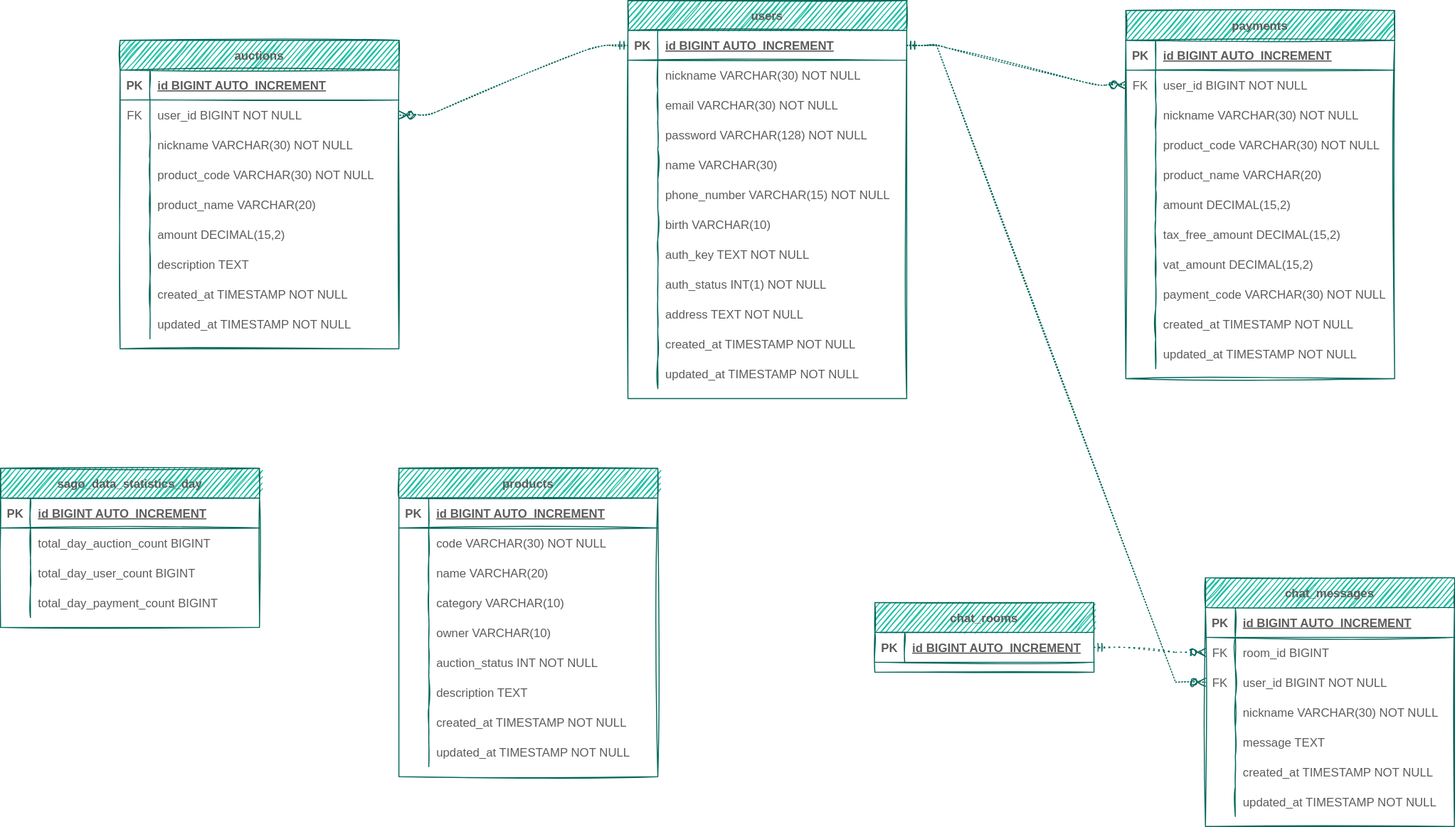
AnneMayor/TestRepository keeps this draw.io diagram as sago_database_schema.drawio.svg. Above is the earlier version. Source tidied: cells renumbered, new cells last; positions are measured from the earlier drawing's top-left corner, leaving out a move shared by most shapes.
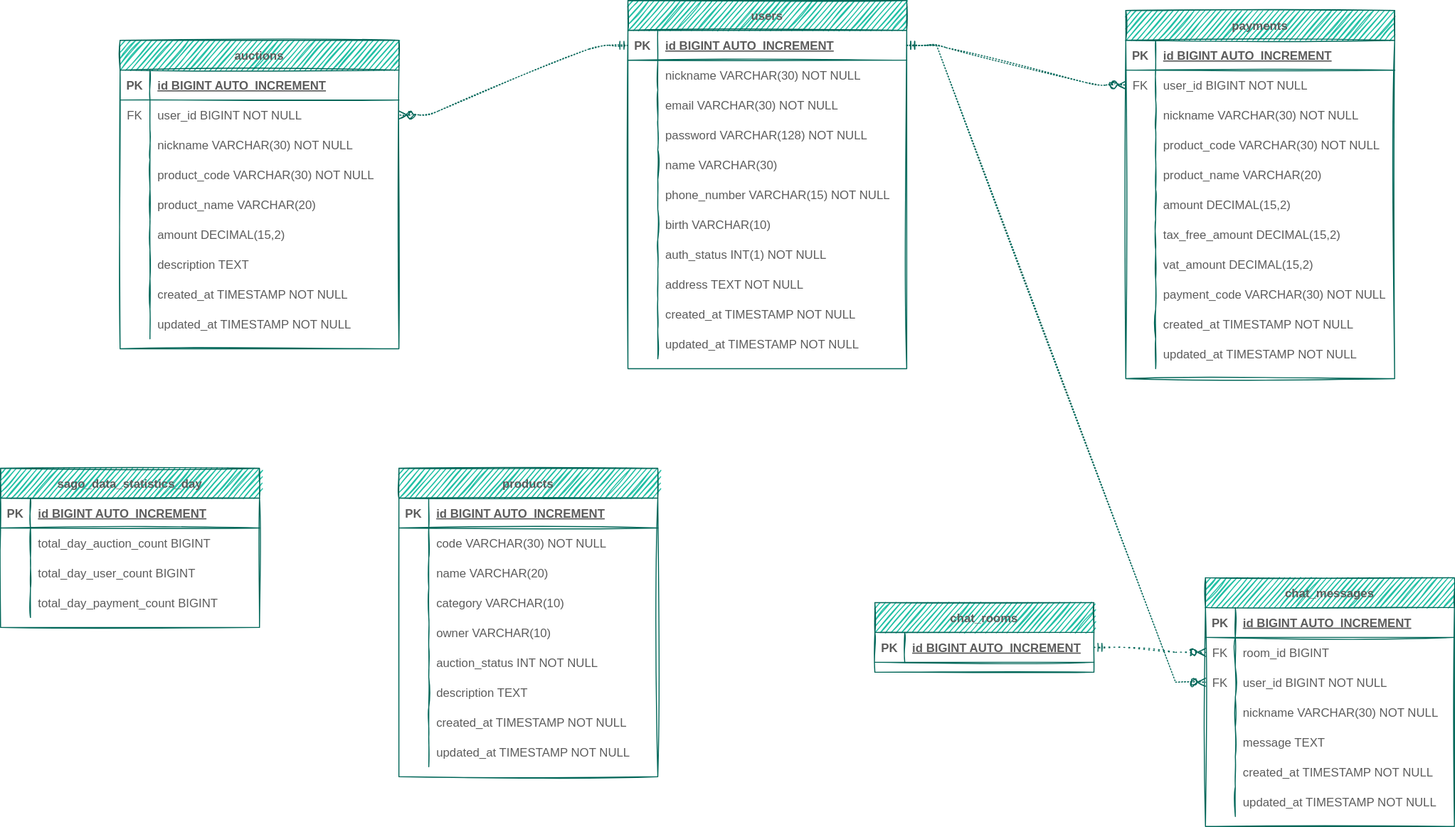
The same file after the commit.

What changed in the source:
```diff
@@ -189,7 +189,7 @@
       <mxGeometry x="30" width="240" height="30" as="geometry" />
     </mxCell>
     <mxCell id="64" value="users" style="shape=table;startSize=30;rowLines=0;fontStyle=1;align=center;sketch=1;fillColor=#21C0A5;strokeColor=#006658;fontColor=#5C5C5C;" parent="1" vertex="1">
-      <mxGeometry x="630" width="280" height="400" as="geometry" />
+      <mxGeometry x="630" width="280" height="370" as="geometry" />
     </mxCell>
     <mxCell id="65" style="shape=partialRectangle;fillColor=none;points=[[0,0.5],[1,0.5]];portConstraint=eastwest;top=0;left=0;right=0;bottom=1;sketch=1;strokeColor=#006658;fontColor=#5C5C5C;" parent="64" vertex="1">
       <mxGeometry y="30" width="280" height="30" as="geometry" />
@@ -254,17 +254,8 @@
     <mxCell id="85" value="birth VARCHAR(10)" style="shape=partialRectangle;overflow=hidden;fillColor=none;top=0;left=0;bottom=0;right=0;align=left;spacingLeft=6;sketch=1;strokeColor=#006658;fontColor=#5C5C5C;" parent="83" vertex="1">
       <mxGeometry x="30" width="250" height="30" as="geometry" />
     </mxCell>
-    <mxCell id="86" style="shape=partialRectangle;fillColor=none;top=0;left=0;right=0;bottom=0;sketch=1;strokeColor=#006658;fontColor=#5C5C5C;" parent="64" vertex="1">
-      <mxGeometry y="240" width="280" height="30" as="geometry" />
-    </mxCell>
-    <mxCell id="87" style="shape=partialRectangle;overflow=hidden;fillColor=none;top=0;left=0;bottom=0;right=0;sketch=1;strokeColor=#006658;fontColor=#5C5C5C;" parent="86" vertex="1">
-      <mxGeometry width="30" height="30" as="geometry" />
-    </mxCell>
-    <mxCell id="88" value="auth_key TEXT NOT NULL" style="shape=partialRectangle;overflow=hidden;fillColor=none;top=0;left=0;bottom=0;right=0;align=left;spacingLeft=6;sketch=1;strokeColor=#006658;fontColor=#5C5C5C;" parent="86" vertex="1">
-      <mxGeometry x="30" width="250" height="30" as="geometry" />
-    </mxCell>
     <mxCell id="89" style="shape=partialRectangle;fillColor=none;top=0;left=0;right=0;bottom=0;sketch=1;strokeColor=#006658;fontColor=#5C5C5C;" parent="64" vertex="1">
-      <mxGeometry y="270" width="280" height="30" as="geometry" />
+      <mxGeometry y="240" width="280" height="30" as="geometry" />
     </mxCell>
     <mxCell id="90" style="shape=partialRectangle;overflow=hidden;fillColor=none;top=0;left=0;bottom=0;right=0;sketch=1;strokeColor=#006658;fontColor=#5C5C5C;" parent="89" vertex="1">
       <mxGeometry width="30" height="30" as="geometry" />
@@ -273,7 +264,7 @@
       <mxGeometry x="30" width="250" height="30" as="geometry" />
     </mxCell>
     <mxCell id="92" style="shape=partialRectangle;fillColor=none;top=0;left=0;right=0;bottom=0;sketch=1;strokeColor=#006658;fontColor=#5C5C5C;" parent="64" vertex="1">
-      <mxGeometry y="300" width="280" height="30" as="geometry" />
+      <mxGeometry y="270" width="280" height="30" as="geometry" />
     </mxCell>
     <mxCell id="93" style="shape=partialRectangle;overflow=hidden;fillColor=none;top=0;left=0;bottom=0;right=0;sketch=1;strokeColor=#006658;fontColor=#5C5C5C;" parent="92" vertex="1">
       <mxGeometry width="30" height="30" as="geometry" />
@@ -282,7 +273,7 @@
       <mxGeometry x="30" width="250" height="30" as="geometry" />
     </mxCell>
     <mxCell id="95" style="shape=partialRectangle;fillColor=none;top=0;left=0;right=0;bottom=0;sketch=1;strokeColor=#006658;fontColor=#5C5C5C;" parent="64" vertex="1">
-      <mxGeometry y="330" width="280" height="30" as="geometry" />
+      <mxGeometry y="300" width="280" height="30" as="geometry" />
     </mxCell>
     <mxCell id="96" style="shape=partialRectangle;overflow=hidden;fillColor=none;top=0;left=0;bottom=0;right=0;sketch=1;strokeColor=#006658;fontColor=#5C5C5C;" parent="95" vertex="1">
       <mxGeometry width="30" height="30" as="geometry" />
@@ -291,7 +282,7 @@
       <mxGeometry x="30" width="250" height="30" as="geometry" />
     </mxCell>
     <mxCell id="98" style="shape=partialRectangle;fillColor=none;top=0;left=0;right=0;bottom=0;sketch=1;strokeColor=#006658;fontColor=#5C5C5C;" parent="64" vertex="1">
-      <mxGeometry y="360" width="280" height="30" as="geometry" />
+      <mxGeometry y="330" width="280" height="30" as="geometry" />
     </mxCell>
     <mxCell id="99" style="shape=partialRectangle;overflow=hidden;fillColor=none;top=0;left=0;bottom=0;right=0;sketch=1;strokeColor=#006658;fontColor=#5C5C5C;" parent="98" vertex="1">
       <mxGeometry width="30" height="30" as="geometry" />
```
